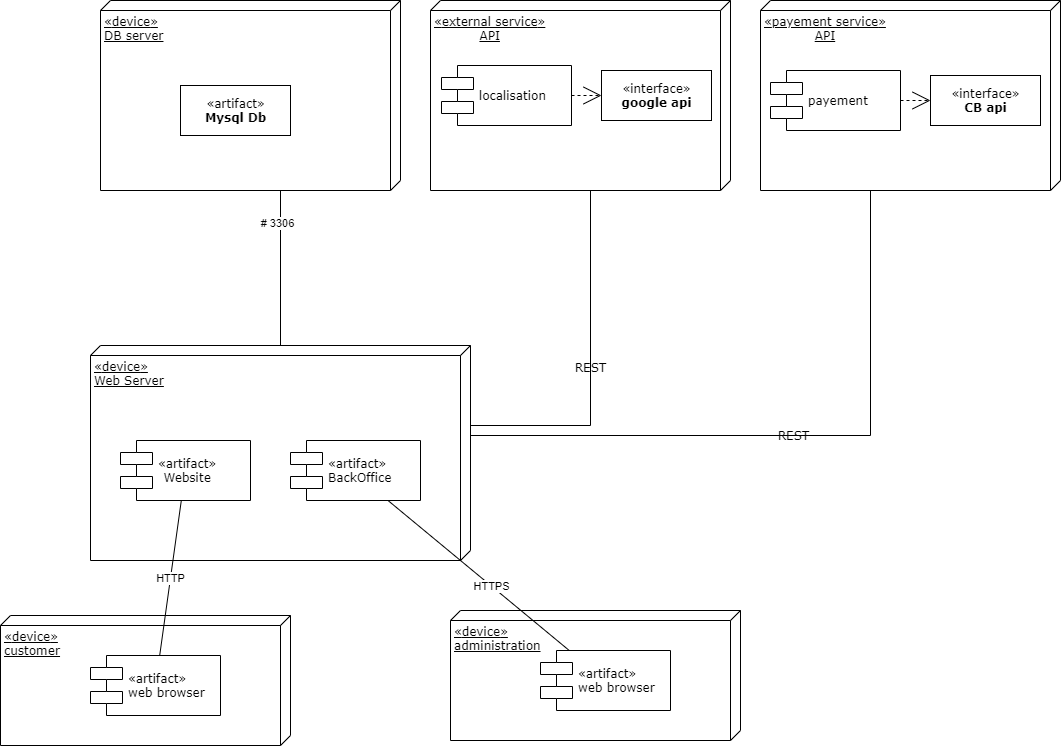
The draw.io diagram docs/DD_P6.png in jean-charles-gibier/OC_pizza, before a commit. Source tidied: cells renumbered, new cells last; positions are measured from the earlier drawing's top-left corner, leaving out a move shared by most shapes.
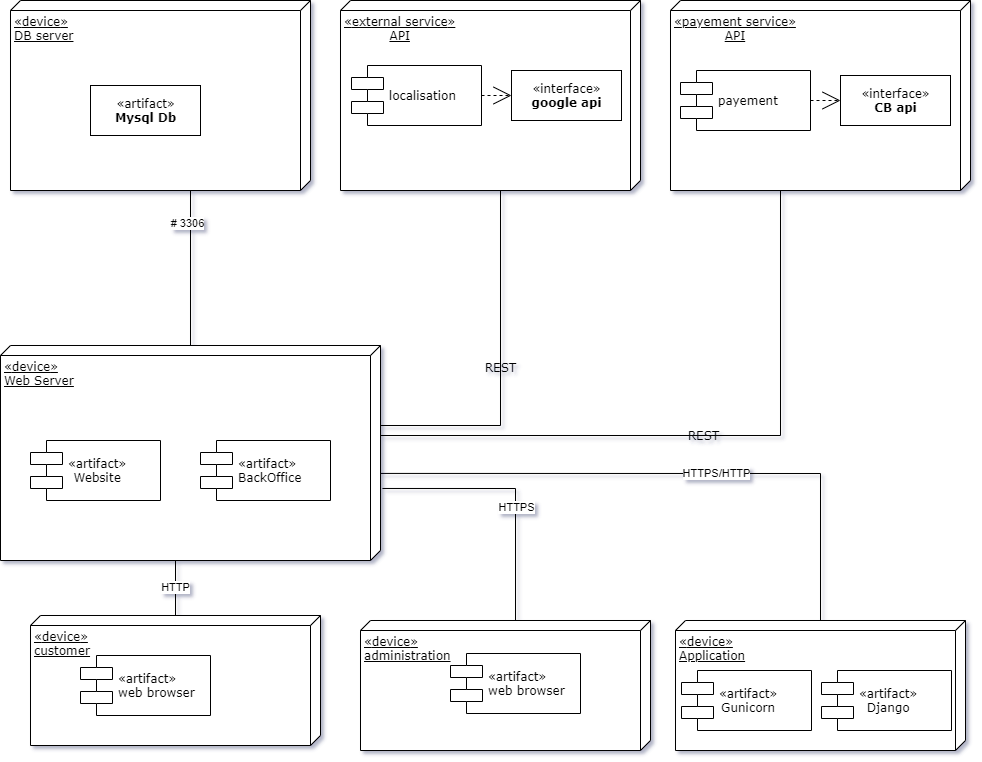
Later version of the same file.

What changed in the source:
```diff
@@ -66,25 +66,51 @@
       </mxGeometry>
     </mxCell>
     <mxCell id="19" value="&lt;span style=&quot;text-align: center&quot;&gt;«&lt;/span&gt;device&lt;span style=&quot;text-align: center&quot;&gt;»&lt;br&gt;&lt;/span&gt;customer" style="verticalAlign=top;align=left;spacingTop=8;spacingLeft=2;spacingRight=12;shape=cube;size=10;direction=south;fontStyle=4;html=1;rounded=0;shadow=0;comic=0;labelBackgroundColor=none;strokeWidth=1;fontFamily=Verdana;fontSize=12;" parent="1" vertex="1">
-      <mxGeometry y="615" width="290" height="130" as="geometry" />
+      <mxGeometry x="120" y="615" width="290" height="130" as="geometry" />
     </mxCell>
     <mxCell id="20" value="&lt;span style=&quot;text-align: center&quot;&gt;«&lt;/span&gt;&lt;span style=&quot;text-align: center&quot;&gt;artifact&lt;/span&gt;&lt;span style=&quot;text-align: center&quot;&gt;»&lt;/span&gt;&lt;div style=&quot;text-align: center&quot;&gt;&lt;span&gt;web browser&lt;/span&gt;&lt;/div&gt;" style="shape=component;align=left;spacingLeft=36;rounded=0;shadow=0;comic=0;labelBackgroundColor=none;strokeWidth=1;fontFamily=Verdana;fontSize=12;html=1;" parent="1" vertex="1">
-      <mxGeometry x="90" y="655" width="130" height="60" as="geometry" />
+      <mxGeometry x="170" y="655" width="130" height="60" as="geometry" />
     </mxCell>
-    <mxCell id="21" value="&lt;span style=&quot;text-align: center&quot;&gt;«&lt;/span&gt;device&lt;span&gt;»&lt;br&gt;&lt;div style=&quot;text-align: center&quot;&gt;&lt;span&gt;administration&lt;/span&gt;&lt;/div&gt;&lt;/span&gt;" style="verticalAlign=top;align=left;spacingTop=8;spacingLeft=2;spacingRight=12;shape=cube;size=10;direction=south;fontStyle=4;html=1;rounded=0;shadow=0;comic=0;labelBackgroundColor=none;strokeWidth=1;fontFamily=Verdana;fontSize=12;" parent="1" vertex="1">
-      <mxGeometry x="450" y="610" width="290" height="130" as="geometry" />
-    </mxCell>
-    <mxCell id="22" value="&lt;span style=&quot;text-align: center&quot;&gt;«&lt;/span&gt;&lt;span style=&quot;text-align: center&quot;&gt;artifact&lt;/span&gt;&lt;span style=&quot;text-align: center&quot;&gt;»&lt;/span&gt;&lt;div style=&quot;text-align: center&quot;&gt;&lt;span&gt;web browser&lt;/span&gt;&lt;/div&gt;" style="shape=component;align=left;spacingLeft=36;rounded=0;shadow=0;comic=0;labelBackgroundColor=none;strokeWidth=1;fontFamily=Verdana;fontSize=12;html=1;" parent="1" vertex="1">
-      <mxGeometry x="540" y="650" width="130" height="60" as="geometry" />
-    </mxCell>
-    <mxCell id="23" style="endArrow=none;html=1;entryX=0.75;entryY=1;entryDx=0;entryDy=0;" parent="1" edge="1" source="22" target="13">
-      <mxGeometry relative="1" as="geometry" />
+    <mxCell id="23" style="endArrow=none;html=1;entryX=0.665;entryY=-0.005;entryDx=0;entryDy=0;entryPerimeter=0;rounded=0;" parent="1" edge="1" target="4">
+      <mxGeometry relative="1" as="geometry">
+        <mxPoint x="605" y="620" as="sourcePoint" />
+        <Array as="points">
+          <mxPoint x="605" y="488" />
+        </Array>
+      </mxGeometry>
     </mxCell>
     <mxCell id="24" value="HTTPS" style="edgeLabel;html=1;align=center;verticalAlign=middle;" parent="23" vertex="1">
       <mxGeometry x="-0.14" relative="1" as="geometry" />
     </mxCell>
-    <mxCell id="25" value="HTTP" style="endArrow=none;html=1;" parent="1" edge="1" source="20" target="8">
-      <mxGeometry relative="1" as="geometry" />
+    <mxCell id="25" value="HTTP" style="endArrow=none;html=1;entryX=1;entryY=0.75;entryDx=0;entryDy=0;entryPerimeter=0;" parent="1" edge="1" source="19">
+      <mxGeometry relative="1" as="geometry">
+        <mxPoint x="265" y="560" as="targetPoint" />
+      </mxGeometry>
     </mxCell>
+    <mxCell id="21" value="&lt;span style=&quot;text-align: center&quot;&gt;«&lt;/span&gt;device&lt;span&gt;»&lt;br&gt;&lt;div style=&quot;text-align: center&quot;&gt;&lt;span&gt;administration&lt;/span&gt;&lt;/div&gt;&lt;/span&gt;" style="verticalAlign=top;align=left;spacingTop=8;spacingLeft=2;spacingRight=12;shape=cube;size=10;direction=south;fontStyle=4;html=1;rounded=0;shadow=0;comic=0;labelBackgroundColor=none;strokeWidth=1;fontFamily=Verdana;fontSize=12;" parent="1" vertex="1">
+      <mxGeometry x="450" y="620" width="290" height="130" as="geometry" />
+    </mxCell>
+    <mxCell id="22" value="&lt;span style=&quot;text-align: center&quot;&gt;«&lt;/span&gt;&lt;span style=&quot;text-align: center&quot;&gt;artifact&lt;/span&gt;&lt;span style=&quot;text-align: center&quot;&gt;»&lt;/span&gt;&lt;div style=&quot;text-align: center&quot;&gt;&lt;span&gt;web browser&lt;/span&gt;&lt;/div&gt;" style="shape=component;align=left;spacingLeft=36;rounded=0;shadow=0;comic=0;labelBackgroundColor=none;strokeWidth=1;fontFamily=Verdana;fontSize=12;html=1;" parent="1" vertex="1">
+      <mxGeometry x="540" y="653" width="130" height="60" as="geometry" />
+    </mxCell>
+    <mxCell id="26" value="&lt;span style=&quot;text-align: center&quot;&gt;«&lt;/span&gt;device&lt;span&gt;»&lt;br&gt;&lt;div style=&quot;text-align: center&quot;&gt;&lt;span&gt;Application&lt;/span&gt;&lt;/div&gt;&lt;/span&gt;" style="verticalAlign=top;align=left;spacingTop=8;spacingLeft=2;spacingRight=12;shape=cube;size=10;direction=south;fontStyle=4;html=1;rounded=0;shadow=0;comic=0;labelBackgroundColor=none;strokeWidth=1;fontFamily=Verdana;fontSize=12;" parent="1" vertex="1">
+      <mxGeometry x="765" y="620" width="290" height="130" as="geometry" />
+    </mxCell>
+    <mxCell id="27" value="&lt;span style=&quot;text-align: center&quot;&gt;«&lt;/span&gt;&lt;span style=&quot;text-align: center&quot;&gt;artifact&lt;/span&gt;&lt;span style=&quot;text-align: center&quot;&gt;»&lt;/span&gt;&lt;div style=&quot;text-align: center&quot;&gt;&lt;span&gt;Gunicorn&lt;/span&gt;&lt;/div&gt;" style="shape=component;align=left;spacingLeft=36;rounded=0;shadow=0;comic=0;labelBackgroundColor=none;strokeWidth=1;fontFamily=Verdana;fontSize=12;html=1;" parent="1" vertex="1">
+      <mxGeometry x="771" y="670" width="130" height="60" as="geometry" />
+    </mxCell>
+    <mxCell id="28" value="&lt;span style=&quot;text-align: center&quot;&gt;«&lt;/span&gt;&lt;span style=&quot;text-align: center&quot;&gt;artifact&lt;/span&gt;&lt;span style=&quot;text-align: center&quot;&gt;»&lt;/span&gt;&lt;div style=&quot;text-align: center&quot;&gt;&lt;span&gt;Django&lt;/span&gt;&lt;/div&gt;" style="shape=component;align=left;spacingLeft=36;rounded=0;shadow=0;comic=0;labelBackgroundColor=none;strokeWidth=1;fontFamily=Verdana;fontSize=12;html=1;" parent="1" vertex="1">
+      <mxGeometry x="911" y="670" width="130" height="60" as="geometry" />
+    </mxCell>
+    <mxCell id="29" style="endArrow=none;html=1;entryX=0.595;entryY=0;entryDx=0;entryDy=0;entryPerimeter=0;rounded=0;" parent="1" edge="1" source="26" target="4">
+      <mxGeometry relative="1" as="geometry">
+        <Array as="points">
+          <mxPoint x="910" y="473" />
+        </Array>
+      </mxGeometry>
+    </mxCell>
+    <mxCell id="30" value="HTTPS/HTTP" style="edgeLabel;html=1;align=center;verticalAlign=middle;" parent="29" vertex="1">
+      <mxGeometry x="-0.14" relative="1" as="geometry" />
+    </mxCell>
   </root>
 </mxGraphModel>
```
